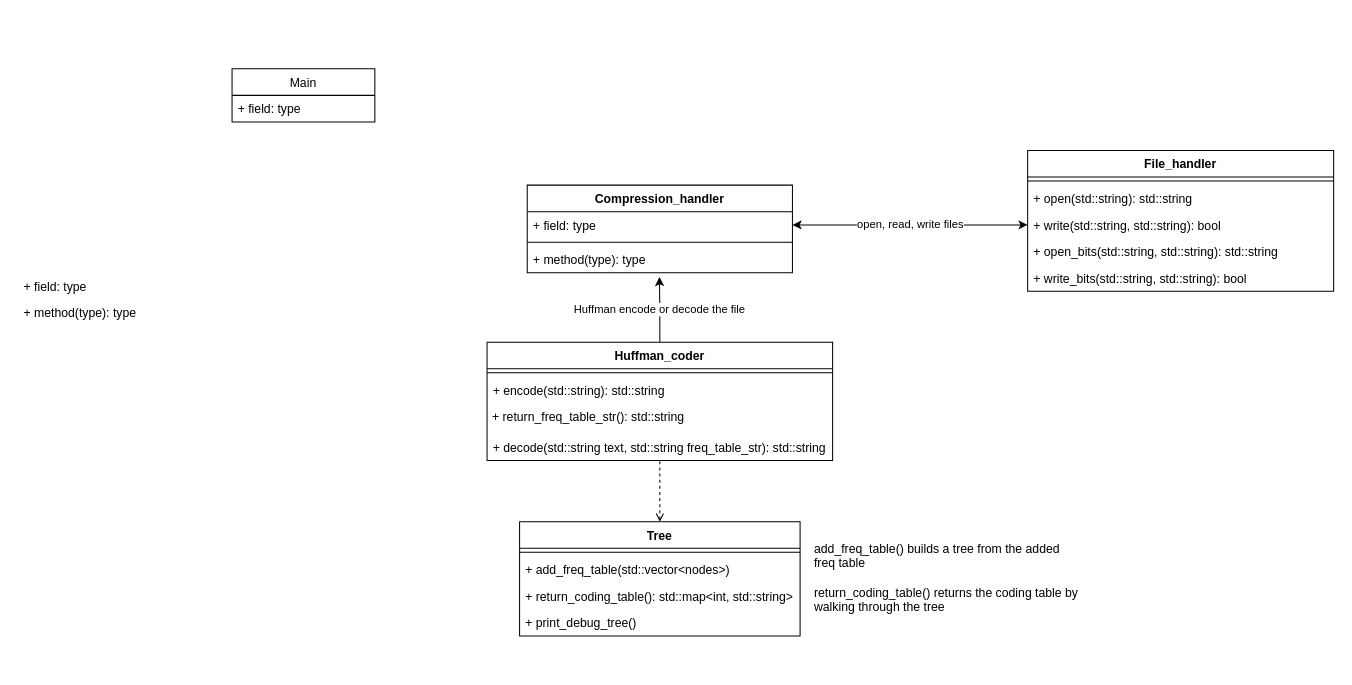
The draw.io diagram docs/drawio/Overview.drawio in pip12345/Compression, before the edit. Source tidied: cells renumbered, new cells numbered last; positions are measured from the earlier drawing's top-left corner, leaving out a move shared by most shapes. Both pictures are drawn from the tidied source at 102%, with x=0, y=0 at pixel (17, 68).
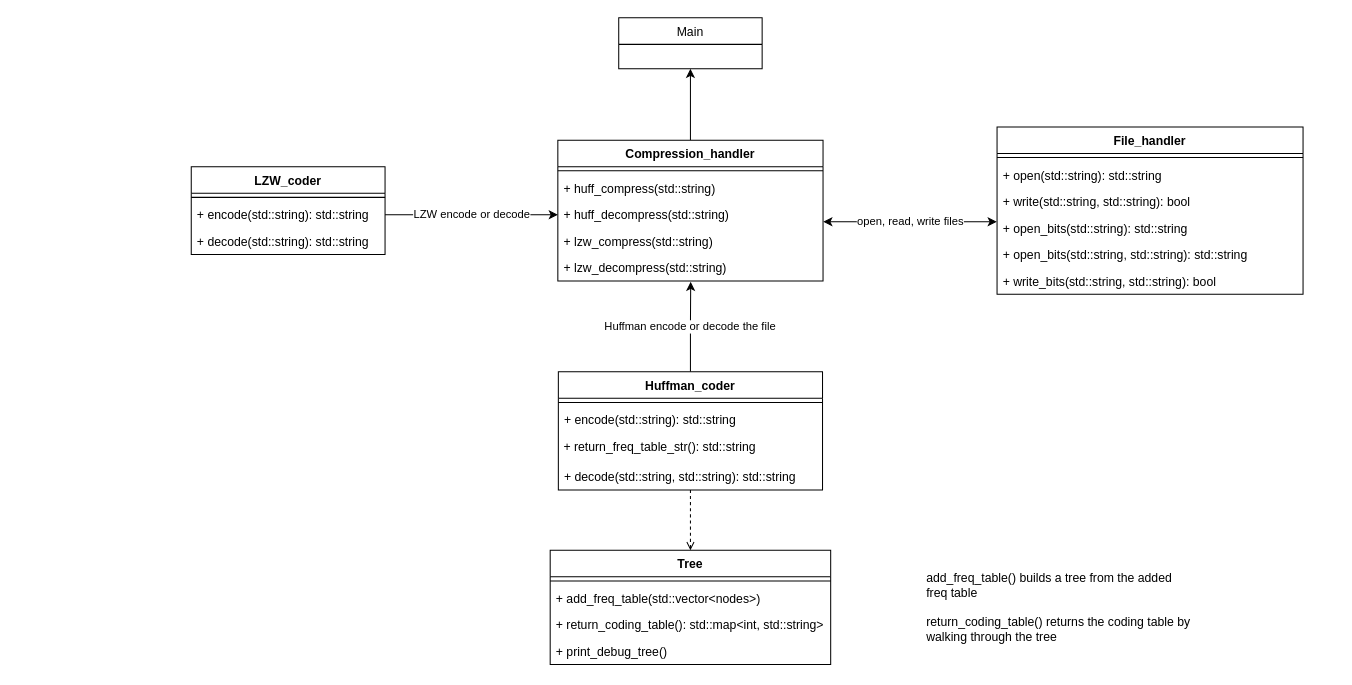
After the change.

The change refers to these unchanged cells:
```xml
<mxCell id="11" value="+ write(std::string, std::string): bool" style="text;strokeColor=none;fillColor=none;align=left;verticalAlign=top;spacingLeft=4;spacingRight=4;overflow=hidden;points=[[0,0.5],[1,0.5]];portConstraint=eastwest;" parent="8" vertex="1">
  <mxGeometry y="60" width="300" height="26" as="geometry" />
</mxCell>
```

What changed in the source:
```diff
@@
     <mxCell id="2" value="Main" style="swimlane;fontStyle=0;horizontal=1;startSize=26;fillColor=none;" parent="1" vertex="1">
-      <mxGeometry x="210" width="140" height="52" as="geometry" />
+      <mxGeometry x="589.1" y="-50" width="140.6" height="50" as="geometry" />
     </mxCell>
-    <mxCell id="3" value="+ field: type" style="text;strokeColor=none;fillColor=none;align=left;verticalAlign=top;spacingLeft=4;spacingRight=4;overflow=hidden;" parent="2" vertex="1">
-      <mxGeometry y="26" width="140" height="26" as="geometry" />
-    </mxCell>
+    <mxCell id="30" style="edgeStyle=orthogonalEdgeStyle;rounded=0;jettySize=auto;html=1;exitX=0.5;exitY=0;exitDx=0;exitDy=0;entryX=0.5;entryY=1;entryDx=0;entryDy=0;" parent="1" edge="1" source="4" target="2">
+      <mxGeometry relative="1" as="geometry" />
+    </mxCell>
     <mxCell id="4" value="Compression_handler" style="swimlane;fontStyle=1;align=center;verticalAlign=top;horizontal=1;startSize=26;" parent="1" vertex="1">
-      <mxGeometry x="499.4" y="114" width="260" height="86" as="geometry" />
+      <mxGeometry x="529.4" y="70" width="260" height="138" as="geometry" />
     </mxCell>
-    <mxCell id="5" value="+ field: type" style="text;strokeColor=none;fillColor=none;align=left;verticalAlign=top;spacingLeft=4;spacingRight=4;overflow=hidden;points=[[0,0.5],[1,0.5]];portConstraint=eastwest;" parent="4" vertex="1">
-      <mxGeometry y="26" width="260" height="26" as="geometry" />
-    </mxCell>
     <mxCell id="6" style="line;strokeWidth=1;fillColor=none;align=left;verticalAlign=middle;spacingTop=-1;spacingLeft=3;spacingRight=3;labelPosition=right;" parent="4" vertex="1">
-      <mxGeometry y="52" width="260" height="8" as="geometry" />
+      <mxGeometry y="26" width="260" height="8" as="geometry" />
     </mxCell>
-    <mxCell id="7" value="+ method(type): type" style="text;strokeColor=none;fillColor=none;align=left;verticalAlign=top;spacingLeft=4;spacingRight=4;overflow=hidden;" parent="4" vertex="1">
-      <mxGeometry y="60" width="260" height="26" as="geometry" />
+    <mxCell id="7" value="+ huff_compress(std::string)&#10;" style="text;strokeColor=none;fillColor=none;align=left;verticalAlign=top;spacingLeft=4;spacingRight=4;overflow=hidden;" parent="4" vertex="1">
+      <mxGeometry y="34" width="260" height="26" as="geometry" />
     </mxCell>
+    <mxCell id="31" value="+ huff_decompress(std::string)&#10;" style="text;strokeColor=none;fillColor=none;align=left;verticalAlign=top;spacingLeft=4;spacingRight=4;overflow=hidden;points=[[0,0.5],[1,0.5]];portConstraint=eastwest;" parent="4" vertex="1">
+      <mxGeometry y="60" width="260" height="26" as="geometry" />
+    </mxCell>
+    <mxCell id="32" value="+ lzw_compress(std::string)&#10;" style="text;strokeColor=none;fillColor=none;align=left;verticalAlign=top;spacingLeft=4;spacingRight=4;overflow=hidden;" parent="4" vertex="1">
+      <mxGeometry y="86" width="260" height="26" as="geometry" />
+    </mxCell>
+    <mxCell id="33" value="+ lzw_decompress(std::string)&#10;" style="text;strokeColor=none;fillColor=none;align=left;verticalAlign=top;spacingLeft=4;spacingRight=4;overflow=hidden;points=[[0,0.5],[1,0.5]];portConstraint=eastwest;" parent="4" vertex="1">
+      <mxGeometry y="112" width="260" height="26" as="geometry" />
+    </mxCell>
     <mxCell id="8" value="File_handler" style="swimlane;fontStyle=1;align=center;verticalAlign=top;horizontal=1;startSize=26;" parent="1" vertex="1">
-      <mxGeometry x="990" y="80" width="300" height="138" as="geometry" />
+      <mxGeometry x="960" y="57" width="300" height="164" as="geometry" />
     </mxCell>
@@
+    <mxCell id="34" value="+ open_bits(std::string): std::string" style="text;strokeColor=none;fillColor=none;align=left;verticalAlign=top;spacingLeft=4;spacingRight=4;overflow=hidden;points=[[0,0.5],[1,0.5]];portConstraint=eastwest;" parent="8" vertex="1">
+      <mxGeometry y="86" width="300" height="26" as="geometry" />
+    </mxCell>
     <mxCell id="12" value="+ open_bits(std::string, std::string): std::string" style="text;strokeColor=none;fillColor=none;align=left;verticalAlign=top;spacingLeft=4;spacingRight=4;overflow=hidden;" parent="8" vertex="1">
-      <mxGeometry y="86" width="300" height="26" as="geometry" />
+      <mxGeometry y="112" width="300" height="26" as="geometry" />
     </mxCell>
     <mxCell id="13" value="+ write_bits(std::string, std::string): bool" style="text;strokeColor=none;fillColor=none;align=left;verticalAlign=top;spacingLeft=4;spacingRight=4;overflow=hidden;" parent="8" vertex="1">
-      <mxGeometry y="112" width="300" height="26" as="geometry" />
+      <mxGeometry y="138" width="300" height="26" as="geometry" />
     </mxCell>
@@
     <mxCell id="15" value="Tree" style="swimlane;fontStyle=1;align=center;verticalAlign=top;horizontal=1;startSize=26;" parent="1" vertex="1">
-      <mxGeometry x="491.9" y="444" width="275" height="112" as="geometry" />
+      <mxGeometry x="521.9" y="472" width="275" height="112" as="geometry" />
     </mxCell>
@@
-    <mxCell id="20" value="+ field: type" style="text;strokeColor=none;fillColor=none;align=left;verticalAlign=top;spacingLeft=4;spacingRight=4;overflow=hidden;" parent="1" vertex="1">
-      <mxGeometry y="200" width="160" height="26" as="geometry" />
-    </mxCell>
-    <mxCell id="21" value="+ method(type): type" style="text;strokeColor=none;fillColor=none;align=left;verticalAlign=top;spacingLeft=4;spacingRight=4;overflow=hidden;" parent="1" vertex="1">
-      <mxGeometry y="226" width="160" height="26" as="geometry" />
-    </mxCell>
-    <mxCell id="22" value="Huffman encode or decode the file" style="edgeStyle=orthogonalEdgeStyle;rounded=0;jettySize=auto;html=1;exitX=0.5;exitY=0;exitDx=0;exitDy=0;startArrow=none;startFill=0;" parent="1" edge="1" source="23">
-      <mxGeometry relative="1" as="geometry">
-        <mxPoint x="629" y="204" as="targetPoint" />
-      </mxGeometry>
+    <mxCell id="22" value="Huffman encode or decode the file" style="edgeStyle=orthogonalEdgeStyle;rounded=0;jettySize=auto;html=1;exitX=0.5;exitY=0;exitDx=0;exitDy=0;startArrow=none;startFill=0;entryX=0.501;entryY=1.031;entryDx=0;entryDy=0;entryPerimeter=0;" parent="1" edge="1" source="23" target="33">
+      <mxGeometry relative="1" as="geometry" />
     </mxCell>
     <mxCell id="23" value="Huffman_coder" style="swimlane;fontStyle=1;align=center;verticalAlign=top;horizontal=1;startSize=26;" parent="1" vertex="1">
-      <mxGeometry x="460" y="268" width="338.8" height="116" as="geometry" />
+      <mxGeometry x="529.9" y="297" width="259" height="116" as="geometry" />
     </mxCell>
     <mxCell id="24" style="line;strokeWidth=1;fillColor=none;align=left;verticalAlign=middle;spacingTop=-1;spacingLeft=3;spacingRight=3;labelPosition=right;" parent="23" vertex="1">
-      <mxGeometry y="26" width="338.8" height="8" as="geometry" />
+      <mxGeometry y="26" width="259" height="8" as="geometry" />
     </mxCell>
     <mxCell id="25" value="+ encode(std::string): std::string" style="text;strokeColor=none;fillColor=none;align=left;verticalAlign=top;spacingLeft=4;spacingRight=4;overflow=hidden;" parent="23" vertex="1">
-      <mxGeometry y="34" width="338.8" height="26" as="geometry" />
+      <mxGeometry y="34" width="259" height="26" as="geometry" />
     </mxCell>
     <mxCell id="26" value="&lt;font face=&quot;helvetica&quot;&gt;&amp;nbsp;+ return_freq_table_str(): std::string&lt;/font&gt;" style="text;whiteSpace=wrap;html=1;" parent="23" vertex="1">
-      <mxGeometry y="60" width="338.8" height="30" as="geometry" />
+      <mxGeometry y="60" width="259" height="30" as="geometry" />
     </mxCell>
-    <mxCell id="27" value="+ decode(std::string text, std::string freq_table_str): std::string" style="text;strokeColor=none;fillColor=none;align=left;verticalAlign=top;spacingLeft=4;spacingRight=4;overflow=hidden;" parent="23" vertex="1">
-      <mxGeometry y="90" width="338.8" height="26" as="geometry" />
+    <mxCell id="27" value="+ decode(std::string, std::string): std::string" style="text;strokeColor=none;fillColor=none;align=left;verticalAlign=top;spacingLeft=4;spacingRight=4;overflow=hidden;" parent="23" vertex="1">
+      <mxGeometry y="90" width="259" height="26" as="geometry" />
     </mxCell>
     <mxCell id="28" value="add_freq_table() builds a tree from the added freq table&lt;br&gt;&lt;br&gt;return_coding_table() returns the coding table by walking through the tree" style="text;html=1;strokeColor=none;fillColor=none;align=left;verticalAlign=middle;whiteSpace=wrap;rounded=0;" parent="1" vertex="1">
-      <mxGeometry x="778.8" y="444" width="265" height="110" as="geometry" />
+      <mxGeometry x="888.8" y="473" width="265" height="110" as="geometry" />
     </mxCell>
-    <mxCell id="29" value="open, read, write files" style="edgeStyle=orthogonalEdgeStyle;rounded=0;jettySize=auto;html=1;exitX=0;exitY=0.5;exitDx=0;exitDy=0;entryX=1;entryY=0.5;entryDx=0;entryDy=0;startArrow=classic;startFill=1;" parent="1" edge="1" source="11" target="5">
+    <mxCell id="29" value="open, read, write files" style="edgeStyle=orthogonalEdgeStyle;rounded=0;jettySize=auto;html=1;exitX=-0.001;exitY=0.268;exitDx=0;exitDy=0;entryX=1.001;entryY=0.768;entryDx=0;entryDy=0;startArrow=classic;startFill=1;exitPerimeter=0;entryPerimeter=0;" parent="1" edge="1" source="34" target="31">
       <mxGeometry relative="1" as="geometry" />
     </mxCell>
+    <mxCell id="35" value="LZW_coder" style="swimlane;fontStyle=1;align=center;verticalAlign=top;horizontal=1;startSize=26;" parent="1" vertex="1">
+      <mxGeometry x="170" y="96" width="190" height="86" as="geometry" />
+    </mxCell>
+    <mxCell id="36" style="line;strokeWidth=1;fillColor=none;align=left;verticalAlign=middle;spacingTop=-1;spacingLeft=3;spacingRight=3;labelPosition=right;" parent="35" vertex="1">
+      <mxGeometry y="26" width="190" height="8" as="geometry" />
+    </mxCell>
+    <mxCell id="37" value="+ encode(std::string): std::string" style="text;strokeColor=none;fillColor=none;align=left;verticalAlign=top;spacingLeft=4;spacingRight=4;overflow=hidden;points=[[0,0.5],[1,0.5]];portConstraint=eastwest;" parent="35" vertex="1">
+      <mxGeometry y="34" width="190" height="26" as="geometry" />
+    </mxCell>
+    <mxCell id="38" value="+ decode(std::string): std::string" style="text;strokeColor=none;fillColor=none;align=left;verticalAlign=top;spacingLeft=4;spacingRight=4;overflow=hidden;" parent="35" vertex="1">
+      <mxGeometry y="60" width="190" height="26" as="geometry" />
+    </mxCell>
+    <mxCell id="39" value="LZW encode or decode" style="edgeStyle=orthogonalEdgeStyle;rounded=0;jettySize=auto;html=1;exitX=1;exitY=0.5;exitDx=0;exitDy=0;entryX=0;entryY=0.5;entryDx=0;entryDy=0;" parent="1" edge="1" source="37" target="31">
+      <mxGeometry relative="1" as="geometry" />
+    </mxCell>
```
